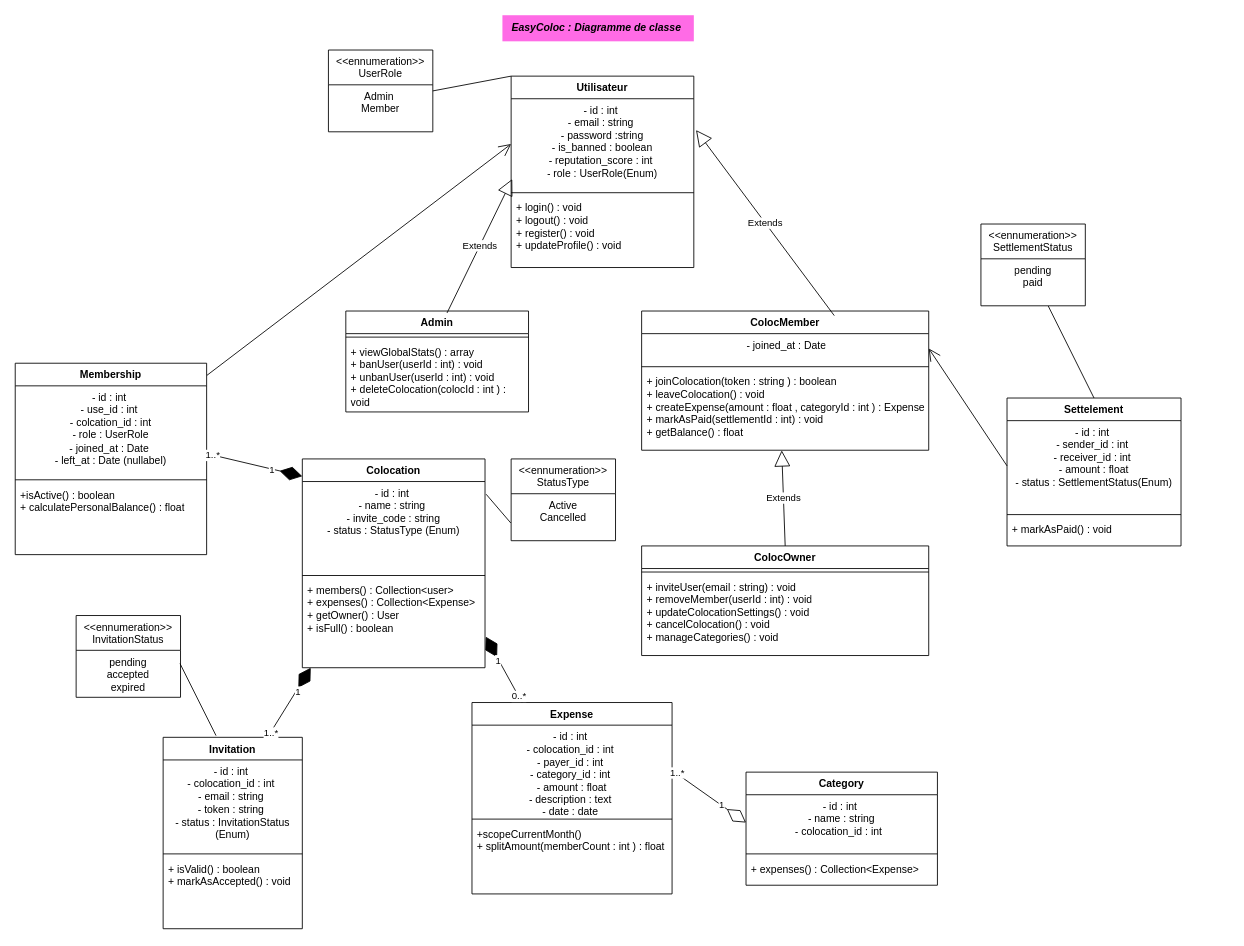
10LOKI/EasyColoc keeps this draw.io diagram as umlDiagram.drawio. Above is the earlier version. Source tidied: cells renumbered, new cells numbered last; positions are measured from the earlier drawing's top-left corner, leaving out a move shared by most shapes. Both pictures are drawn from the tidied source at 87%, with x=0, y=0 at pixel (15, 15).
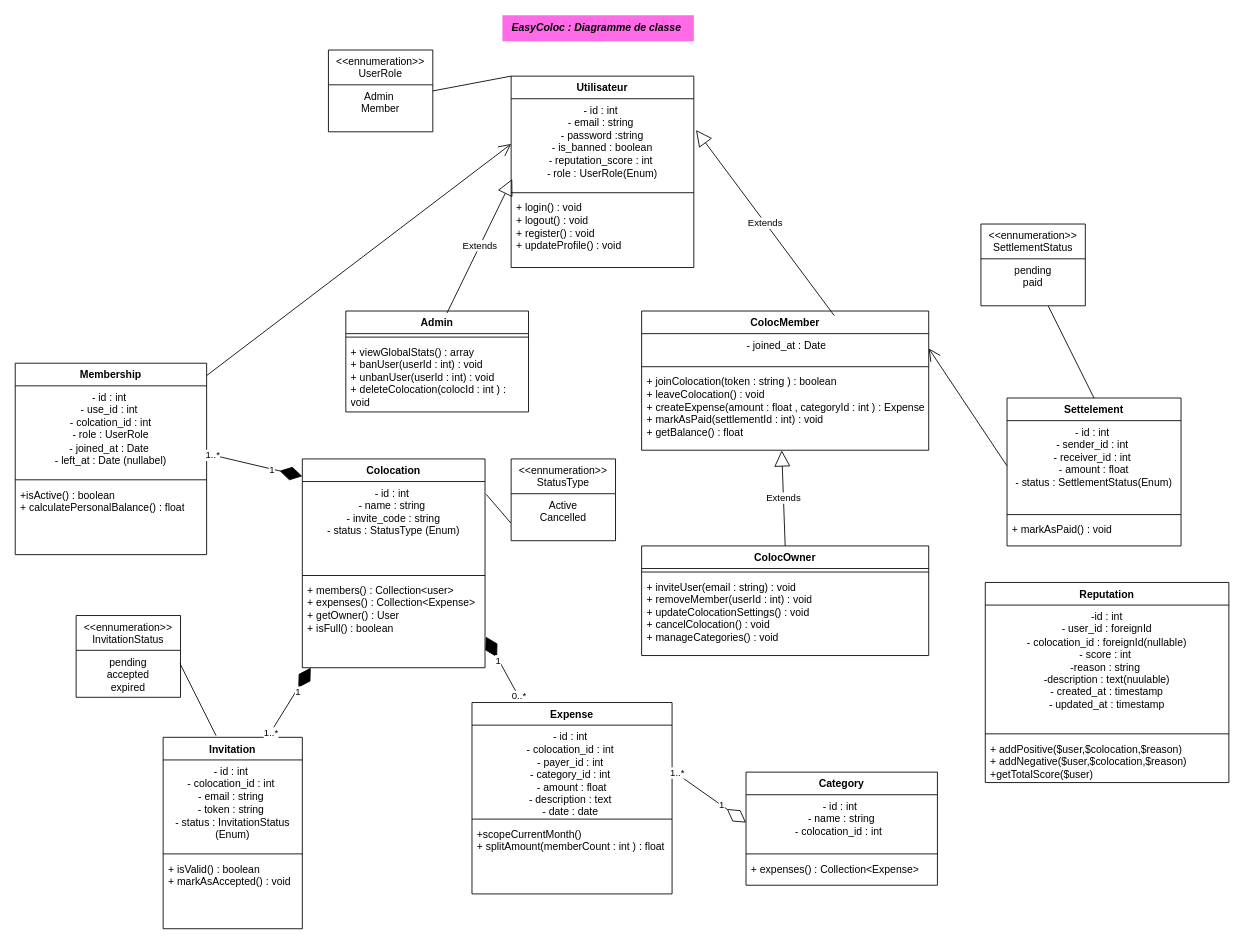
The same diagram, later.

Commit message (it also covers changes not shown here):
j'ai ajouté la reputation

Change to the diagram source:
```diff
@@
+    <mxCell id="70" value="Reputation" style="swimlane;fontStyle=1;align=center;verticalAlign=top;horizontal=1;startSize=26;whiteSpace=wrap;html=1;" parent="1" vertex="1">
+      <mxGeometry x="1115" y="652" width="280" height="230" as="geometry" />
+    </mxCell>
+    <mxCell id="71" value="-id : int&lt;br&gt;- user_id : foreignId&lt;br&gt;- colocation_id : foreignId(nullable)&lt;br&gt;- score : int&amp;nbsp;&lt;br&gt;-reason : string&amp;nbsp;&lt;br&gt;-description : text(nuulable)&lt;br&gt;- created_at : timestamp&lt;br&gt;- updated_at : timestamp" style="text;strokeColor=none;fillColor=none;align=center;verticalAlign=top;spacingLeft=4;spacingRight=4;overflow=hidden;whiteSpace=wrap;html=1;" parent="70" vertex="1">
+      <mxGeometry y="26" width="280" height="144" as="geometry" />
+    </mxCell>
+    <mxCell id="72" style="line;strokeWidth=1;fillColor=none;align=left;verticalAlign=middle;spacingTop=-1;spacingLeft=3;spacingRight=3;labelPosition=right;strokeColor=inherit;" parent="70" vertex="1">
+      <mxGeometry y="170" width="280" height="8" as="geometry" />
+    </mxCell>
+    <mxCell id="73" value="+ addPositive($user,$colocation,$reason)&lt;br&gt;&lt;span style=&quot;color: rgb(0, 0, 0);&quot;&gt;+ addNegative($user,$colocation,$reason)&lt;br&gt;+getTotalScore($user)&lt;/span&gt;" style="text;strokeColor=none;fillColor=none;align=left;verticalAlign=top;spacingLeft=4;spacingRight=4;overflow=hidden;whiteSpace=wrap;html=1;" parent="70" vertex="1">
+      <mxGeometry y="178" width="280" height="52" as="geometry" />
+    </mxCell>
```
